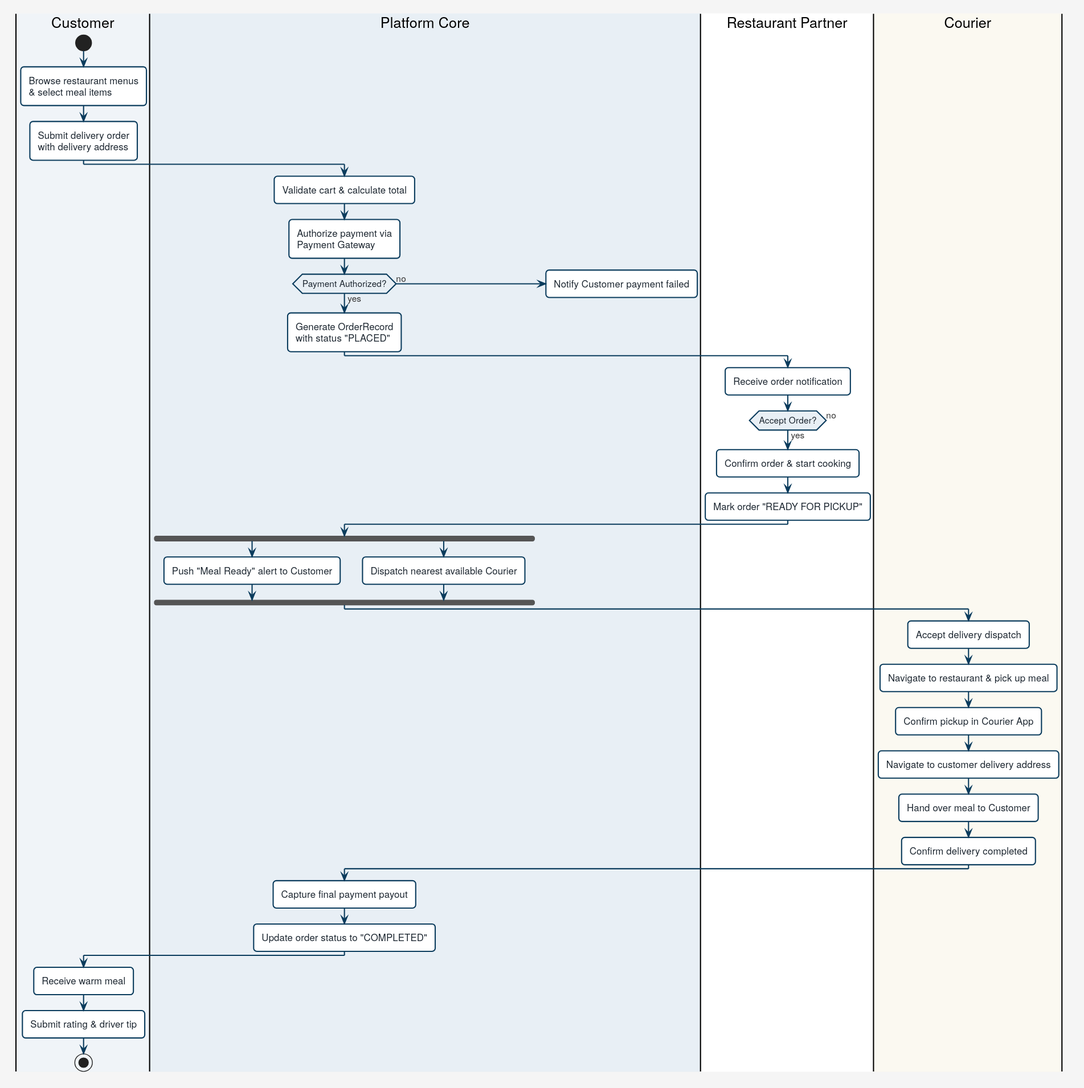
nlhsueh/teach keeps this PlantUML diagram as SE/img/ch04/food_delivery/food_delivery_activity.svg. Above is the earlier version. Its diagram source:
```plantuml
@startuml
skinparam backgroundColor #f5f5f5
skinparam defaultFontName "Helvetica Neue", Arial, sans-serif
skinparam roundCorner 8
skinparam shadowing false

skinparam activity {
  BackgroundColor #ffffff
  BorderColor #0b3c5d
  BorderThickness 1.5
  FontColor #1d2731
  DiamondBackgroundColor #e8eff5
  DiamondBorderColor #0b3c5d
}

skinparam arrow {
  Color #0b3c5d
  FontColor #333333
}

|#f0f4f8|Customer|
start
:Browse restaurant menus\n& select meal items;
:Submit delivery order\nwith delivery address;

|#e8eff5|Platform Core|
:Validate cart & calculate total;
:Authorize payment via\nPayment Gateway;
if (Payment Authorized?) then (yes)
  :Generate OrderRecord\nwith status "PLACED";
else (no)
  :Notify Customer payment failed;
  detach
endif

|#ffffff|Restaurant Partner|
:Receive order notification;
if (Accept Order?) then (yes)
  :Confirm order & start cooking;
else (no)
  |Platform Core|
  :Refund payment & notify customer;
  detach
endif

|#ffffff|Restaurant Partner|
:Mark order "READY FOR PICKUP";

|#e8eff5|Platform Core|
fork
  :Push "Meal Ready" alert to Customer;
fork again
  :Dispatch nearest available Courier;
end fork

|#fbf9f1|Courier|
:Accept delivery dispatch;
:Navigate to restaurant & pick up meal;
:Confirm pickup in Courier App;
:Navigate to customer delivery address;
:Hand over meal to Customer;
:Confirm delivery completed;

|Platform Core|
:Capture final payment payout;
:Update order status to "COMPLETED";

|Customer|
:Receive warm meal;
:Submit rating & driver tip;
stop
@enduml
```
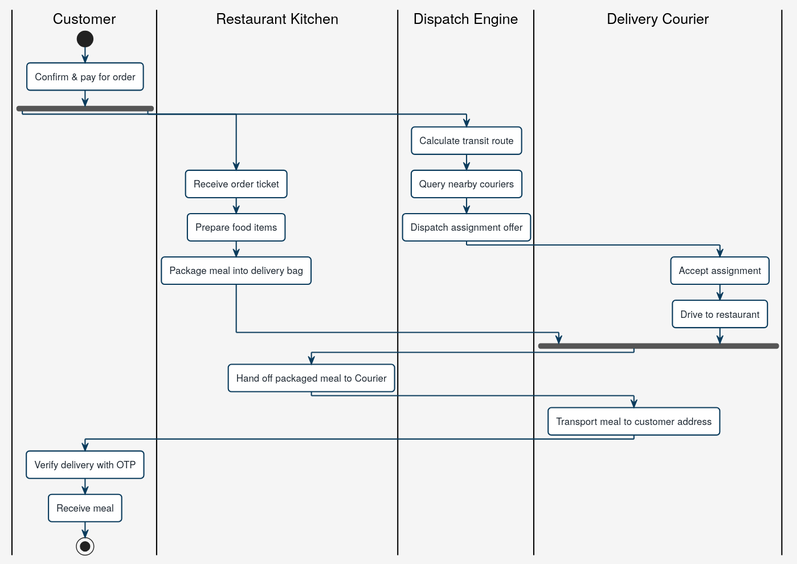
After the change.

The edit, as a diff of the source:
```diff
@@ -11,62 +11,42 @@
   FontColor #1d2731
   DiamondBackgroundColor #e8eff5
   DiamondBorderColor #0b3c5d
+  FontSize 12
 }
 
 skinparam arrow {
   Color #0b3c5d
   FontColor #333333
+  FontSize 11
 }
 
-|#f0f4f8|Customer|
+|Customer|
 start
-:Browse restaurant menus\n& select meal items;
-:Submit delivery order\nwith delivery address;
+:Confirm & pay for order;
 
-|#e8eff5|Platform Core|
-:Validate cart & calculate total;
-:Authorize payment via\nPayment Gateway;
-if (Payment Authorized?) then (yes)
-  :Generate OrderRecord\nwith status "PLACED";
-else (no)
-  :Notify Customer payment failed;
-  detach
-endif
-
-|#ffffff|Restaurant Partner|
-:Receive order notification;
-if (Accept Order?) then (yes)
-  :Confirm order & start cooking;
-else (no)
-  |Platform Core|
-  :Refund payment & notify customer;
-  detach
-endif
-
-|#ffffff|Restaurant Partner|
-:Mark order "READY FOR PICKUP";
-
-|#e8eff5|Platform Core|
 fork
-  :Push "Meal Ready" alert to Customer;
+  |Restaurant Kitchen|
+  :Receive order ticket;
+  :Prepare food items;
+  :Package meal into delivery bag;
 fork again
-  :Dispatch nearest available Courier;
+  |Dispatch Engine|
+  :Calculate transit route;
+  :Query nearby couriers;
+  :Dispatch assignment offer;
+  |Delivery Courier|
+  :Accept assignment;
+  :Drive to restaurant;
 end fork
 
-|#fbf9f1|Courier|
-:Accept delivery dispatch;
-:Navigate to restaurant & pick up meal;
-:Confirm pickup in Courier App;
-:Navigate to customer delivery address;
-:Hand over meal to Customer;
-:Confirm delivery completed;
+|Restaurant Kitchen|
+:Hand off packaged meal to Courier;
 
-|Platform Core|
-:Capture final payment payout;
-:Update order status to "COMPLETED";
+|Delivery Courier|
+:Transport meal to customer address;
 
 |Customer|
-:Receive warm meal;
-:Submit rating & driver tip;
+:Verify delivery with OTP;
+:Receive meal;
 stop
 @enduml
```
